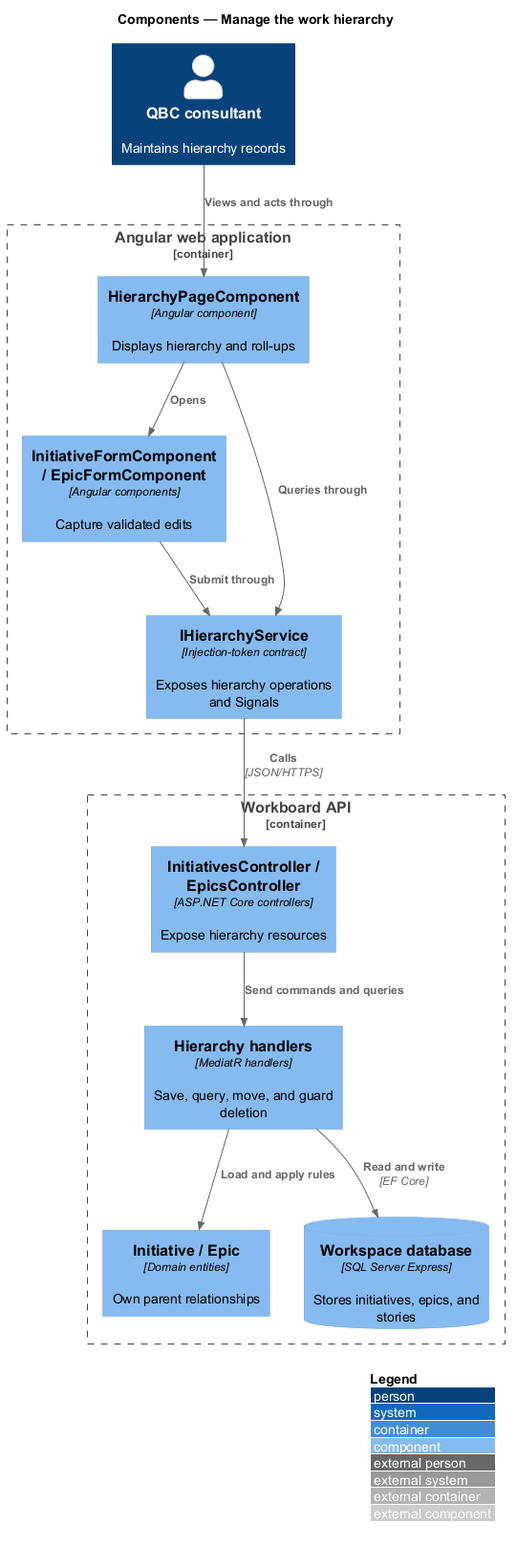
Above: docs/detailed-designs/work-items/manage-work-hierarchy/diagrams/c4-component.png in QuinntyneBrown/quinntyne-brown-consulting (PlantUML), before the change.
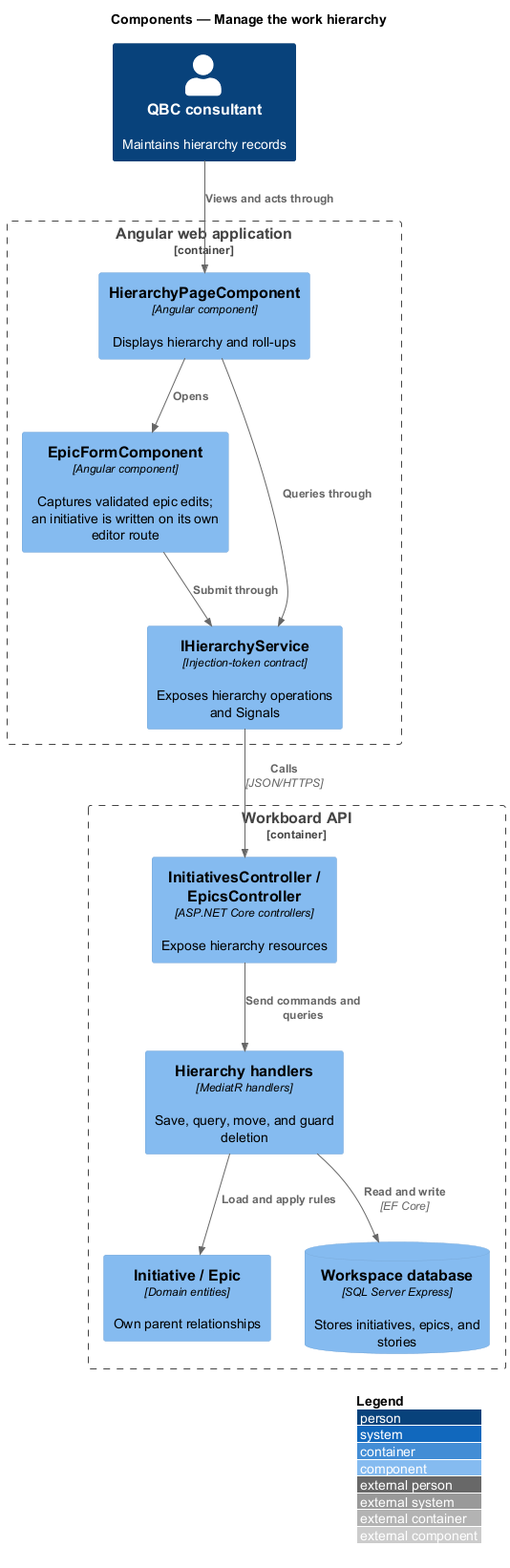
The same file after the commit.

Change to the diagram source:
```diff
@@ -6,7 +6,7 @@
 Person(consultant, "QBC consultant", "Maintains hierarchy records")
 Container_Boundary(spa, "Angular web application") {
   Component(page, "HierarchyPageComponent", "Angular component", "Displays hierarchy and roll-ups")
-  Component(forms, "InitiativeFormComponent / EpicFormComponent", "Angular components", "Capture validated edits")
+  Component(forms, "EpicFormComponent", "Angular component", "Captures validated epic edits; an initiative is written on its own editor route")
   Component(service, "IHierarchyService", "Injection-token contract", "Exposes hierarchy operations and Signals")
 }
 Container_Boundary(api, "Workboard API") {
```
